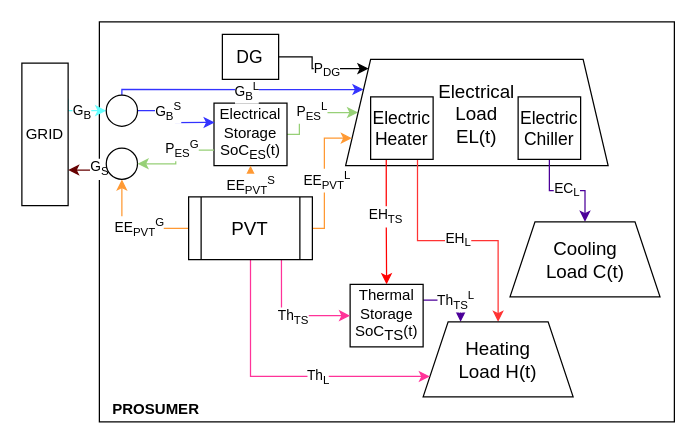
This is SA_T_noeq.drawio from neethumaya/RoughWork, a draw.io file, before an edit. Source tidied: cells renumbered, new cells numbered last; positions are measured from the earlier drawing's top-left corner, leaving out a move shared by most shapes. Both pictures are drawn from the tidied source at 125%, with x=0, y=0 at pixel (21, 21).
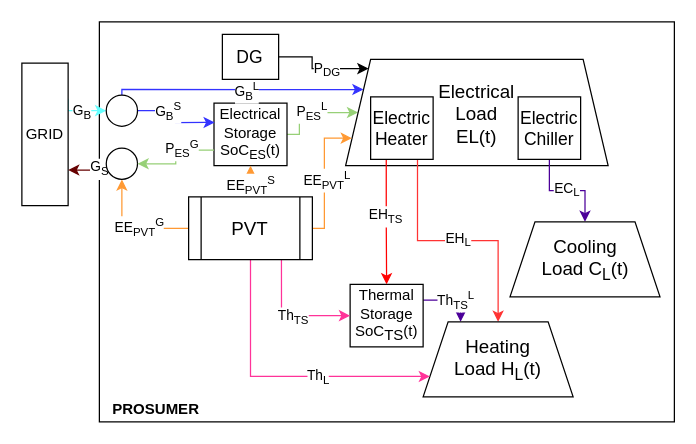
Above is the later version.

Change to the diagram source:
```diff
@@
-    <mxCell id="19" value="Heating&lt;br&gt;Load H(t)" style="shape=trapezoid;perimeter=trapezoidPerimeter;whiteSpace=wrap;html=1;fixedSize=1;fontSize=15;" parent="1" vertex="1">
+    <mxCell id="19" value="Heating&lt;br&gt;Load H&lt;sub&gt;L&lt;/sub&gt;(t)" style="shape=trapezoid;perimeter=trapezoidPerimeter;whiteSpace=wrap;html=1;fixedSize=1;fontSize=15;" parent="1" vertex="1">
       <mxGeometry x="321" y="240" width="120" height="60" as="geometry" />
     </mxCell>
-    <mxCell id="20" value="Cooling&lt;br&gt;Load C(t)" style="shape=trapezoid;perimeter=trapezoidPerimeter;whiteSpace=wrap;html=1;fixedSize=1;fontSize=15;" parent="1" vertex="1">
+    <mxCell id="20" value="Cooling&lt;br&gt;Load C&lt;sub&gt;L&lt;/sub&gt;(t)" style="shape=trapezoid;perimeter=trapezoidPerimeter;whiteSpace=wrap;html=1;fixedSize=1;fontSize=15;" parent="1" vertex="1">
       <mxGeometry x="390.5" y="160" width="120" height="60" as="geometry" />
     </mxCell>
```
